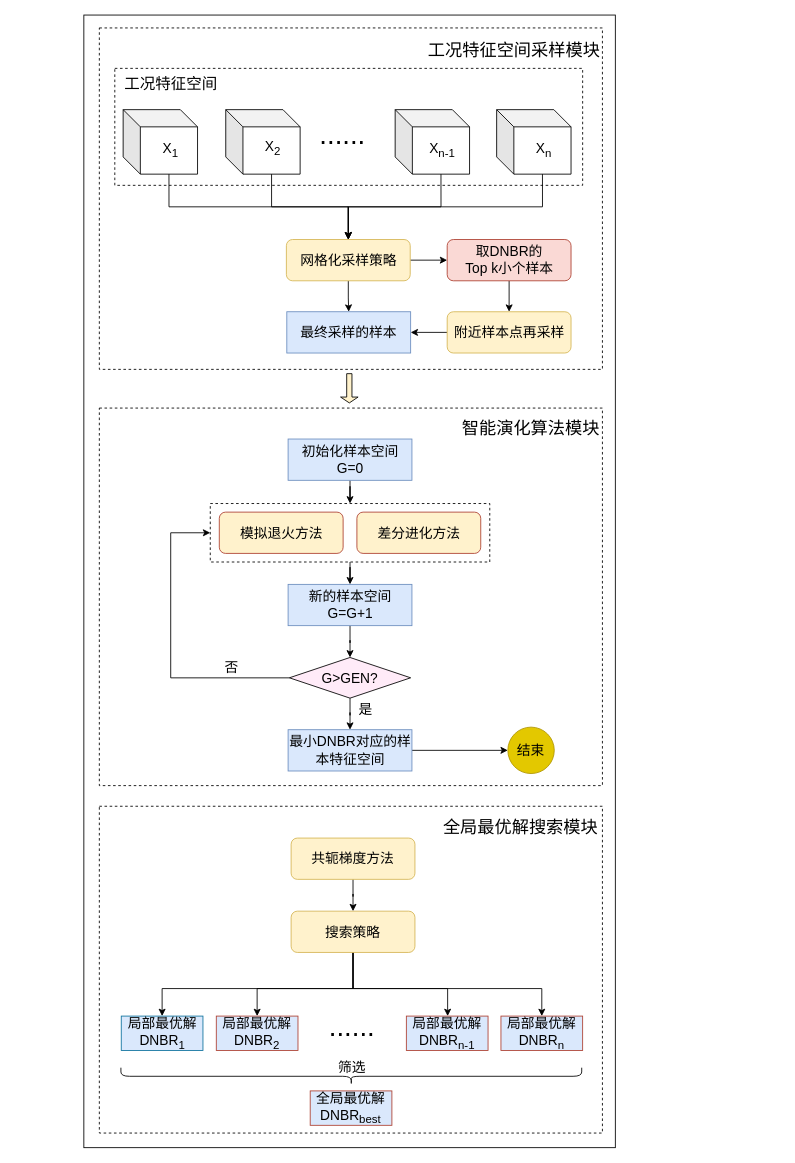
Above: 未命名绘图2.drawio in ZhangChaoZhong/draw (draw.io), before the change. Source tidied: cells renumbered, new cells numbered last; positions are measured from the earlier drawing's top-left corner, leaving out a move shared by most shapes. Both pictures are drawn from the tidied source at 86%, with x=0, y=0 at pixel (83, 15).
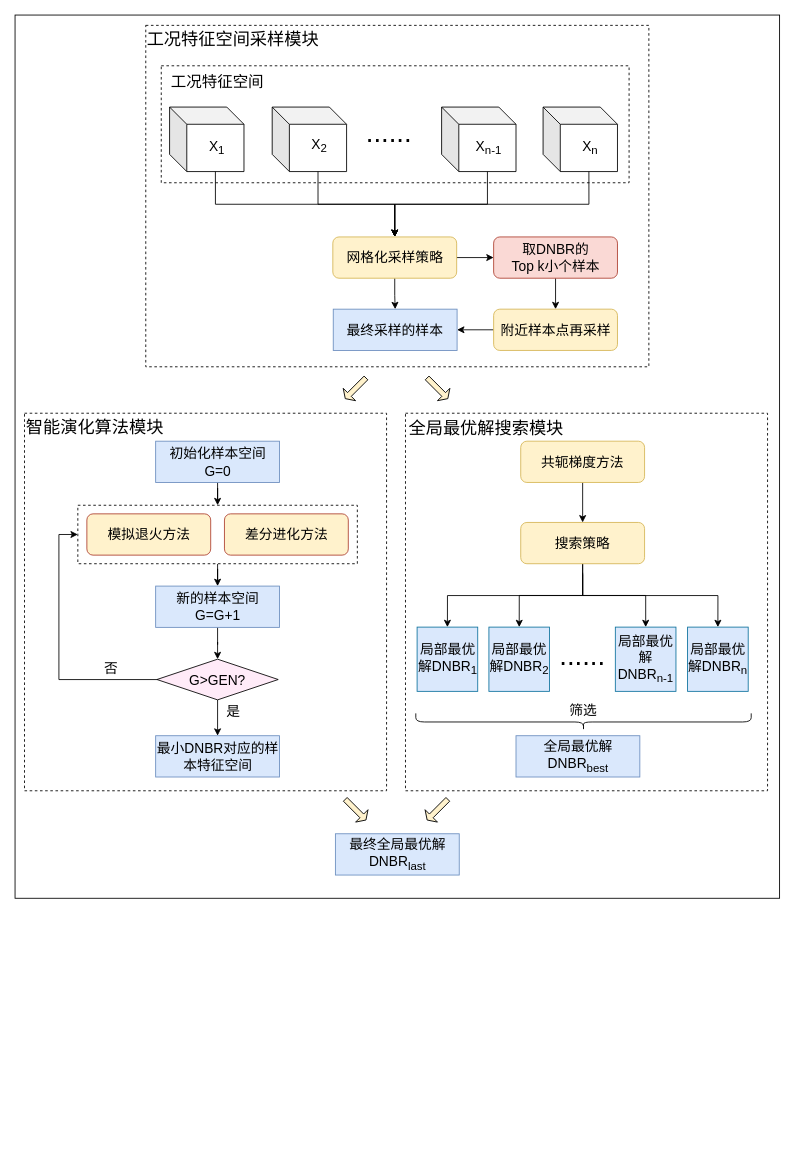
The same page after the edit.

Commit message:
更新未命名绘图2.drawio

The change refers to these unchanged cells:
```xml
<mxCell id="49" style="rounded=0;whiteSpace=wrap;html=1;fontSize=16;dashed=1;" parent="48" vertex="1">
  <mxGeometry width="325" height="68" as="geometry" />
</mxCell>
```

Diff of the diagram source:
```diff
@@
     <mxCell id="2" style="rounded=0;whiteSpace=wrap;html=1;" parent="1" vertex="1">
-      <mxGeometry width="618" height="1317" as="geometry" />
+      <mxGeometry x="-80" width="889" height="1027" as="geometry" />
     </mxCell>
     <mxCell id="3" style="rounded=0;whiteSpace=wrap;html=1;fontSize=16;dashed=1;" parent="1" vertex="1">
-      <mxGeometry x="18" y="457" width="585" height="439" as="geometry" />
+      <mxGeometry x="-69" y="463" width="421" height="439" as="geometry" />
     </mxCell>
     <mxCell id="4" style="rounded=0;whiteSpace=wrap;html=1;fontSize=16;dashed=1;" parent="1" vertex="1">
-      <mxGeometry x="18" y="15" width="585" height="397" as="geometry" />
+      <mxGeometry x="72" y="12" width="585" height="397" as="geometry" />
     </mxCell>
     <mxCell id="5" style="rounded=0;whiteSpace=wrap;html=1;fontSize=16;dashed=1;" parent="1" vertex="1">
-      <mxGeometry x="36" y="62" width="544" height="136" as="geometry" />
+      <mxGeometry x="90" y="59" width="544" height="136" as="geometry" />
     </mxCell>
     <mxCell id="6" value="&lt;font style=&quot;font-size: 18px&quot;&gt;工况特征空间&lt;/font&gt;" style="text;html=1;strokeColor=none;fillColor=none;align=center;verticalAlign=middle;whiteSpace=wrap;rounded=0;" parent="1" vertex="1">
-      <mxGeometry x="45.7" y="70" width="111" height="22" as="geometry" />
+      <mxGeometry x="99.7" y="67" width="111" height="22" as="geometry" />
     </mxCell>
     <mxCell id="7" value="&lt;font style=&quot;font-size: 32px&quot;&gt;......&lt;/font&gt;" style="text;html=1;strokeColor=none;fillColor=none;align=center;verticalAlign=middle;whiteSpace=wrap;rounded=0;fontSize=16;" parent="1" vertex="1">
-      <mxGeometry x="281" y="130" width="40" height="20" as="geometry" />
+      <mxGeometry x="335" y="127" width="40" height="20" as="geometry" />
     </mxCell>
     <mxCell id="8" style="group;" parent="1" vertex="1">
-      <mxGeometry x="45.7" y="110" width="86.5" height="75" as="geometry" />
+      <mxGeometry x="99.7" y="107" width="86.5" height="75" as="geometry" />
     </mxCell>
@@
     <mxCell id="11" style="group;" parent="1" vertex="1">
-      <mxGeometry x="165" y="108" width="86.5" height="77" as="geometry" />
+      <mxGeometry x="219" y="105" width="86.5" height="77" as="geometry" />
     </mxCell>
@@
     <mxCell id="14" style="group;" parent="1" vertex="1">
-      <mxGeometry x="362" y="110" width="86.5" height="75" as="geometry" />
+      <mxGeometry x="416" y="107" width="86.5" height="75" as="geometry" />
     </mxCell>
@@
     <mxCell id="17" style="group;" parent="1" vertex="1">
-      <mxGeometry x="480" y="110" width="86.5" height="75" as="geometry" />
+      <mxGeometry x="534" y="107" width="86.5" height="75" as="geometry" />
     </mxCell>
@@
     <mxCell id="22" value="网格化采样策略" style="rounded=1;whiteSpace=wrap;html=1;fontSize=16;fillColor=#FFF2CC;strokeColor=#d6b656;" parent="1" vertex="1">
-      <mxGeometry x="235.5" y="261" width="144" height="48" as="geometry" />
+      <mxGeometry x="289.5" y="258" width="144" height="48" as="geometry" />
     </mxCell>
@@
     <mxCell id="24" value="&lt;div&gt;取DNBR的&lt;/div&gt;&lt;div&gt;Top k小个样本&lt;/div&gt;" style="rounded=1;whiteSpace=wrap;html=1;fontSize=16;fillColor=#fad9d5;strokeColor=#ae4132;" parent="1" vertex="1">
-      <mxGeometry x="422.5" y="261" width="144" height="48" as="geometry" />
+      <mxGeometry x="476.5" y="258" width="144" height="48" as="geometry" />
     </mxCell>
@@
     <mxCell id="30" value="附近样本点再采样" style="rounded=1;whiteSpace=wrap;html=1;fontSize=16;fillColor=#fff2cc;strokeColor=#d6b656;" parent="1" vertex="1">
-      <mxGeometry x="422.5" y="345" width="144" height="48" as="geometry" />
+      <mxGeometry x="476.5" y="342" width="144" height="48" as="geometry" />
     </mxCell>
     <mxCell id="31" value="&lt;div&gt;最终采样的样本&lt;/div&gt;" style="rounded=0;whiteSpace=wrap;html=1;fontSize=16;fillColor=#dae8fc;strokeColor=#6c8ebf;" parent="1" vertex="1">
-      <mxGeometry x="236" y="345" width="144" height="48" as="geometry" />
+      <mxGeometry x="290" y="342" width="144" height="48" as="geometry" />
     </mxCell>
@@
-    <mxCell id="33" style="shape=singleArrow;direction=south;whiteSpace=wrap;html=1;fontSize=16;fillColor=#FFF2CC;" parent="1" vertex="1">
-      <mxGeometry x="298.5" y="417" width="20.4" height="34" as="geometry" />
+    <mxCell id="33" style="shape=singleArrow;direction=south;whiteSpace=wrap;html=1;fontSize=16;fillColor=#FFF2CC;rotation=45;" parent="1" vertex="1">
+      <mxGeometry x="305.8" y="417" width="20.4" height="34" as="geometry" />
     </mxCell>
     <mxCell id="34" value="&lt;font style=&quot;font-size: 20px&quot;&gt;工况特征空间采样模块&lt;/font&gt;" style="text;html=1;strokeColor=none;fillColor=none;align=center;verticalAlign=middle;whiteSpace=wrap;rounded=0;fontSize=20;" parent="1" vertex="1">
-      <mxGeometry x="399" y="15" width="203" height="49" as="geometry" />
+      <mxGeometry x="72" y="2" width="203" height="49" as="geometry" />
     </mxCell>
     <mxCell id="35" value="&lt;font style=&quot;font-size: 20px&quot;&gt;智能演化算法模块&lt;/font&gt;" style="text;html=1;strokeColor=none;fillColor=none;align=center;verticalAlign=middle;whiteSpace=wrap;rounded=0;fontSize=20;" parent="1" vertex="1">
-      <mxGeometry x="438" y="457" width="164" height="46" as="geometry" />
+      <mxGeometry x="-69" y="456" width="164" height="46" as="geometry" />
     </mxCell>
-    <mxCell id="36" style="edgeStyle=orthogonalEdgeStyle;rounded=0;jettySize=auto;html=1;fontSize=16;" parent="1" edge="1" source="37" target="38">
-      <mxGeometry relative="1" as="geometry" />
-    </mxCell>
     <mxCell id="37" value="最小DNBR对应的样本特征空间" style="rounded=0;whiteSpace=wrap;html=1;fontSize=16;fillColor=#DAE8FC;strokeColor=#6c8ebf;" parent="1" vertex="1">
-      <mxGeometry x="237.5" y="831" width="144" height="48" as="geometry" />
+      <mxGeometry x="83.5" y="838" width="144" height="48" as="geometry" />
     </mxCell>
-    <mxCell id="38" value="&lt;font style=&quot;font-size: 16px;&quot;&gt;结束&lt;/font&gt;" style="ellipse;whiteSpace=wrap;html=1;fontSize=16;fillColor=#e3c800;fontColor=#000000;strokeColor=#B09500;" parent="1" vertex="1">
-      <mxGeometry x="493" y="828" width="54" height="54" as="geometry" />
-    </mxCell>
@@
     <mxCell id="40" style="edgeStyle=orthogonalEdgeStyle;rounded=0;jettySize=auto;html=1;entryX=0;entryY=0.5;entryDx=0;entryDy=0;fontSize=16;" parent="1" edge="1" source="41" target="49">
       <mxGeometry relative="1" as="geometry">
         <Array as="points">
-          <mxPoint x="101" y="771" />
-          <mxPoint x="101" y="602" />
+          <mxPoint x="-29" y="773" />
+          <mxPoint x="-29" y="604" />
         </Array>
       </mxGeometry>
     </mxCell>
     <mxCell id="41" value="G&amp;gt;GEN?" style="rhombus;whiteSpace=wrap;html=1;fontSize=16;fillColor=#FFEBF8;" parent="1" vertex="1">
-      <mxGeometry x="239" y="747" width="141" height="47.3" as="geometry" />
+      <mxGeometry x="85" y="749" width="141" height="47.3" as="geometry" />
     </mxCell>
     <mxCell id="42" value="&lt;font style=&quot;font-size: 16px&quot;&gt;是&lt;/font&gt;" style="text;html=1;strokeColor=none;fillColor=none;align=center;verticalAlign=middle;whiteSpace=wrap;rounded=0;" parent="1" vertex="1">
-      <mxGeometry x="298.2" y="792" width="60" height="30" as="geometry" />
+      <mxGeometry x="144.2" y="794" width="60" height="30" as="geometry" />
     </mxCell>
@@
     <mxCell id="44" value="&lt;div&gt;新的样本空间&lt;/div&gt;&lt;div&gt;G=G+1&lt;br&gt;&lt;/div&gt;" style="rounded=0;whiteSpace=wrap;html=1;fontSize=16;fillColor=#dae8fc;strokeColor=#6c8ebf;" parent="1" vertex="1">
-      <mxGeometry x="237.5" y="662" width="144" height="48" as="geometry" />
+      <mxGeometry x="83.5" y="664" width="144" height="48" as="geometry" />
     </mxCell>
@@
     <mxCell id="46" value="&lt;div&gt;初始化样本空间G=0&lt;/div&gt;" style="rounded=0;whiteSpace=wrap;html=1;fontSize=16;fillColor=#dae8fc;strokeColor=#6c8ebf;" parent="1" vertex="1">
-      <mxGeometry x="237.5" y="493" width="144" height="48" as="geometry" />
+      <mxGeometry x="83.5" y="495.5" width="144" height="48" as="geometry" />
     </mxCell>
     <mxCell id="47" value="&lt;font style=&quot;font-size: 16px&quot;&gt;否&lt;/font&gt;" style="text;html=1;strokeColor=none;fillColor=none;align=center;verticalAlign=middle;whiteSpace=wrap;rounded=0;" parent="1" vertex="1">
-      <mxGeometry x="142" y="743" width="60" height="30" as="geometry" />
+      <mxGeometry x="2" y="745" width="60" height="30" as="geometry" />
     </mxCell>
     <mxCell id="48" style="group;" parent="1" vertex="1">
-      <mxGeometry x="147" y="568" width="325" height="68" as="geometry" />
+      <mxGeometry x="-7" y="570" width="325" height="68" as="geometry" />
     </mxCell>
@@
-    <mxCell id="52" style="rounded=0;whiteSpace=wrap;html=1;fontSize=16;dashed=1;" parent="1" vertex="1">
-      <mxGeometry x="18" y="920" width="585" height="380" as="geometry" />
-    </mxCell>
+    <mxCell id="69" style="shape=singleArrow;direction=south;whiteSpace=wrap;html=1;fontSize=16;fillColor=#FFF2CC;rotation=-45;" parent="1" vertex="1">
+      <mxGeometry x="401" y="417" width="20.4" height="34" as="geometry" />
+    </mxCell>
+    <mxCell id="70" style="shape=singleArrow;direction=south;whiteSpace=wrap;html=1;fontSize=16;fillColor=#FFF2CC;rotation=-45;" parent="1" vertex="1">
+      <mxGeometry x="305.8" y="907" width="20.4" height="34" as="geometry" />
+    </mxCell>
+    <mxCell id="71" style="shape=singleArrow;direction=south;whiteSpace=wrap;html=1;fontSize=16;fillColor=#FFF2CC;rotation=45;" parent="1" vertex="1">
+      <mxGeometry x="401" y="907" width="20.4" height="34" as="geometry" />
+    </mxCell>
+    <mxCell id="72" style="rounded=0;whiteSpace=wrap;html=1;fontSize=16;dashed=1;" parent="1" vertex="1">
+      <mxGeometry x="374" y="463" width="421" height="439" as="geometry" />
+    </mxCell>
     <mxCell id="53" value="&lt;font style=&quot;font-size: 20px&quot;&gt;全局最优解搜索模块&lt;/font&gt;" style="text;html=1;strokeColor=none;fillColor=none;align=center;verticalAlign=middle;whiteSpace=wrap;rounded=0;fontSize=20;" parent="1" vertex="1">
-      <mxGeometry x="414" y="920" width="188" height="48" as="geometry" />
+      <mxGeometry x="374" y="456" width="188" height="48" as="geometry" />
     </mxCell>
+    <mxCell id="57" style="edgeStyle=orthogonalEdgeStyle;rounded=0;jettySize=auto;html=1;entryX=0.5;entryY=0;entryDx=0;entryDy=0;" parent="1" edge="1" source="58" target="61">
+      <mxGeometry relative="1" as="geometry" />
+    </mxCell>
-    <mxCell id="54" style="edgeStyle=orthogonalEdgeStyle;rounded=0;jettySize=auto;html=1;fontSize=16;" parent="1" edge="1" source="58" target="62">
-      <mxGeometry relative="1" as="geometry">
-        <Array as="points">
-          <mxPoint x="313" y="1132" />
-          <mxPoint x="423" y="1132" />
-        </Array>
-      </mxGeometry>
+    <mxCell id="54" style="edgeStyle=orthogonalEdgeStyle;rounded=0;jettySize=auto;html=1;" parent="1" edge="1" source="58" target="62">
+      <mxGeometry relative="1" as="geometry" />
     </mxCell>
-    <mxCell id="55" style="edgeStyle=orthogonalEdgeStyle;rounded=0;jettySize=auto;html=1;entryX=0.5;entryY=0;entryDx=0;entryDy=0;fontSize=16;" parent="1" edge="1" source="58" target="60">
-      <mxGeometry relative="1" as="geometry">
-        <Array as="points">
-          <mxPoint x="313" y="1132" />
-          <mxPoint x="533" y="1132" />
-        </Array>
-      </mxGeometry>
-    </mxCell>
-    <mxCell id="56" style="edgeStyle=orthogonalEdgeStyle;rounded=0;jettySize=auto;html=1;fontSize=16;" parent="1" edge="1" source="58" target="59">
-      <mxGeometry relative="1" as="geometry">
-        <Array as="points">
-          <mxPoint x="313" y="1132" />
-          <mxPoint x="91" y="1132" />
-        </Array>
-      </mxGeometry>
-    </mxCell>
-    <mxCell id="57" style="edgeStyle=orthogonalEdgeStyle;rounded=0;jettySize=auto;html=1;entryX=0.5;entryY=0;entryDx=0;entryDy=0;fontSize=16;" parent="1" edge="1" source="58" target="61">
-      <mxGeometry relative="1" as="geometry">
-        <Array as="points">
-          <mxPoint x="313" y="1132" />
-          <mxPoint x="202" y="1132" />
-        </Array>
-      </mxGeometry>
-    </mxCell>
+    <mxCell id="73" style="edgeStyle=orthogonalEdgeStyle;rounded=0;jettySize=auto;html=1;entryX=0.5;entryY=0;entryDx=0;entryDy=0;" parent="1" edge="1" target="59">
+      <mxGeometry relative="1" as="geometry">
+        <mxPoint x="580" y="648.5" as="sourcePoint" />
+        <Array as="points">
+          <mxPoint x="580" y="675" />
+          <mxPoint x="423" y="675" />
+        </Array>
+      </mxGeometry>
+    </mxCell>
+    <mxCell id="74" style="edgeStyle=orthogonalEdgeStyle;rounded=0;jettySize=auto;html=1;entryX=0.5;entryY=0;entryDx=0;entryDy=0;" parent="1" edge="1" target="60">
+      <mxGeometry relative="1" as="geometry">
+        <mxPoint x="580" y="650.5" as="sourcePoint" />
+        <Array as="points">
+          <mxPoint x="580" y="675" />
+          <mxPoint x="737" y="675" />
+        </Array>
+      </mxGeometry>
+    </mxCell>
     <mxCell id="58" value="搜索策略" style="rounded=1;whiteSpace=wrap;html=1;fontSize=16;fillColor=#fff2cc;strokeColor=#d6b656;" parent="1" vertex="1">
-      <mxGeometry x="241" y="1042" width="144" height="48" as="geometry" />
+      <mxGeometry x="508" y="590" width="144" height="48" as="geometry" />
     </mxCell>
-    <mxCell id="59" value="局部最优解DNBR&lt;sub&gt;1&lt;/sub&gt;" style="rounded=0;whiteSpace=wrap;html=1;fontSize=16;fillColor=#DAE8FC;strokeColor=#10739e;" parent="1" vertex="1">
-      <mxGeometry x="43.5" y="1164" width="95" height="40" as="geometry" />
-    </mxCell>
-    <mxCell id="60" value="局部最优解DNBR&lt;sub&gt;n&lt;/sub&gt;" style="rounded=0;whiteSpace=wrap;html=1;fontSize=16;fillColor=#DAE8FC;strokeColor=#ae4132;" parent="1" vertex="1">
-      <mxGeometry x="485" y="1164" width="95" height="40" as="geometry" />
-    </mxCell>
-    <mxCell id="61" value="局部最优解DNBR&lt;sub&gt;2&lt;/sub&gt;" style="rounded=0;whiteSpace=wrap;html=1;fontSize=16;fillColor=#DAE8FC;strokeColor=#ae4132;" parent="1" vertex="1">
-      <mxGeometry x="154" y="1164" width="95" height="40" as="geometry" />
-    </mxCell>
-    <mxCell id="62" value="局部最优解DNBR&lt;sub&gt;n-1&lt;/sub&gt;" style="rounded=0;whiteSpace=wrap;html=1;fontSize=16;fillColor=#DAE8FC;strokeColor=#ae4132;" parent="1" vertex="1">
-      <mxGeometry x="375" y="1164" width="95" height="40" as="geometry" />
-    </mxCell>
     <mxCell id="63" value="&lt;font style=&quot;font-size: 32px&quot;&gt;......&lt;/font&gt;" style="text;html=1;strokeColor=none;fillColor=none;align=center;verticalAlign=middle;whiteSpace=wrap;rounded=0;fontSize=16;" parent="1" vertex="1">
-      <mxGeometry x="292" y="1167" width="40" height="20" as="geometry" />
+      <mxGeometry x="560" y="735" width="40" height="20" as="geometry" />
     </mxCell>
     <mxCell id="64" style="shape=curlyBracket;whiteSpace=wrap;html=1;rounded=1;fontSize=32;direction=north;size=0.5;" parent="1" vertex="1">
-      <mxGeometry x="43.1" y="1224" width="535.8" height="20" as="geometry" />
+      <mxGeometry x="386" y="812" width="390" height="20" as="geometry" />
     </mxCell>
-    <mxCell id="65" value="全局最优解DNBR&lt;sub&gt;best&lt;/sub&gt;" style="rounded=0;whiteSpace=wrap;html=1;fontSize=16;fillColor=#DAE8FC;strokeColor=#ae4132;" parent="1" vertex="1">
-      <mxGeometry x="263.2" y="1251" width="95" height="40" as="geometry" />
-    </mxCell>
     <mxCell id="66" value="&lt;font style=&quot;font-size: 16px&quot;&gt;筛选&lt;/font&gt;" style="text;html=1;strokeColor=none;fillColor=none;align=center;verticalAlign=middle;whiteSpace=wrap;rounded=0;" parent="1" vertex="1">
-      <mxGeometry x="282" y="1206" width="60" height="34" as="geometry" />
+      <mxGeometry x="551" y="791" width="60" height="34" as="geometry" />
     </mxCell>
@@
     <mxCell id="68" value="共轭梯度方法" style="rounded=1;whiteSpace=wrap;html=1;fontSize=16;fillColor=#fff2cc;strokeColor=#d6b656;" parent="1" vertex="1">
-      <mxGeometry x="241" y="957" width="144" height="48" as="geometry" />
+      <mxGeometry x="508" y="495.5" width="144" height="48" as="geometry" />
     </mxCell>
+    <mxCell id="59" value="局部最优解DNBR&lt;sub&gt;1&lt;/sub&gt;" style="rounded=0;whiteSpace=wrap;html=1;fontSize=16;fillColor=#DAE8FC;strokeColor=#10739e;" parent="1" vertex="1">
+      <mxGeometry x="387.5" y="711.7" width="70.5" height="74.7" as="geometry" />
+    </mxCell>
+    <mxCell id="61" value="局部最优解DNBR&lt;sub&gt;2&lt;/sub&gt;" style="rounded=0;whiteSpace=wrap;html=1;fontSize=16;fillColor=#DAE8FC;strokeColor=#10739e;" parent="1" vertex="1">
+      <mxGeometry x="471" y="711.7" width="70.5" height="74.7" as="geometry" />
+    </mxCell>
+    <mxCell id="62" value="局部最优解DNBR&lt;sub&gt;n-1&lt;/sub&gt;" style="rounded=0;whiteSpace=wrap;html=1;fontSize=16;fillColor=#DAE8FC;strokeColor=#10739e;" parent="1" vertex="1">
+      <mxGeometry x="618" y="711.7" width="70.5" height="74.7" as="geometry" />
+    </mxCell>
+    <mxCell id="60" value="局部最优解DNBR&lt;sub&gt;n&lt;/sub&gt;" style="rounded=0;whiteSpace=wrap;html=1;fontSize=16;fillColor=#DAE8FC;strokeColor=#10739e;" parent="1" vertex="1">
+      <mxGeometry x="702" y="711.7" width="70.5" height="74.7" as="geometry" />
+    </mxCell>
+    <mxCell id="65" value="全局最优解DNBR&lt;sub&gt;best&lt;/sub&gt;" style="rounded=0;whiteSpace=wrap;html=1;fontSize=16;fillColor=#DAE8FC;strokeColor=#6c8ebf;" parent="1" vertex="1">
+      <mxGeometry x="502.5" y="838" width="144" height="48" as="geometry" />
+    </mxCell>
+    <mxCell id="75" value="最终全局最优解DNBR&lt;sub&gt;last&lt;/sub&gt;" style="rounded=0;whiteSpace=wrap;html=1;fontSize=16;fillColor=#DAE8FC;strokeColor=#6c8ebf;" parent="1" vertex="1">
+      <mxGeometry x="292.5" y="952" width="144" height="48" as="geometry" />
+    </mxCell>
```
